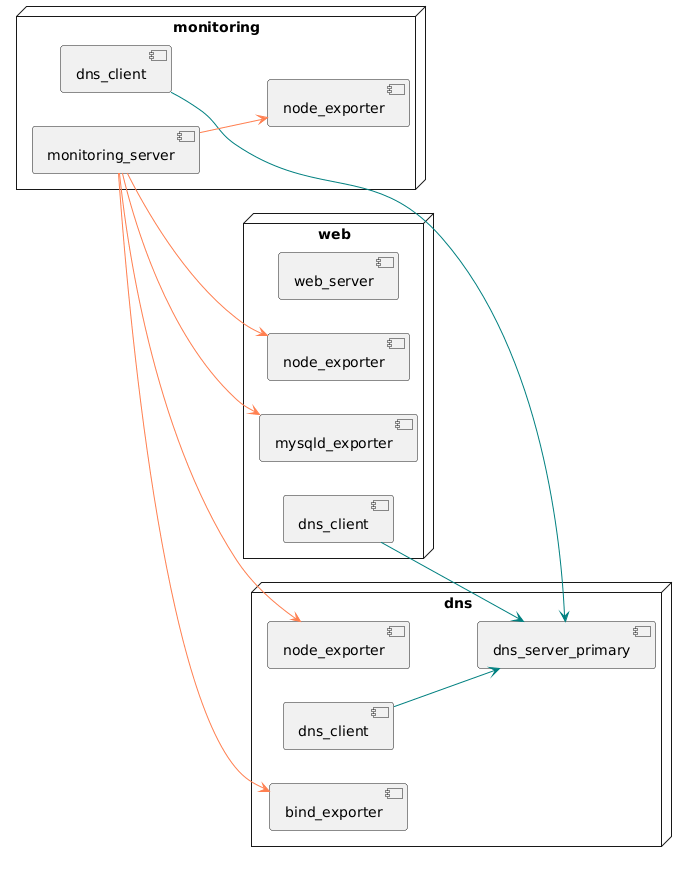
Above: graphics/vb_uml.png in lucasluduenasegre/latex-hogent-bachproef-nl-25-26-luduenasegrelucas (PlantUML), before the change. Its diagram source:
```plantuml
@startuml
set separator .
left to right direction

node web as "web" {
    component dns_client
    component mysqld_exporter
    component node_exporter
    component web_server
}

node dns as "dns" {
    component bind_exporter
    component dns_client
    component dns_server_primary
    component node_exporter
}

node mon as "monitoring" {
    component dns_client
    component monitoring_server
    component node_exporter
}

dns.dns_client -[#teal]-> dns.dns_server_primary

mon.dns_client -[#teal]-> dns.dns_server_primary
mon.monitoring_server -[#coral]-> dns.bind_exporter
mon.monitoring_server -[#coral]-> dns.node_exporter
mon.monitoring_server -[#coral]-> mon.node_exporter
mon.monitoring_server -[#coral]-> web.mysqld_exporter
mon.monitoring_server -[#coral]-> web.node_exporter

web.dns_client -[#teal]-> dns.dns_server_primary
@enduml
```
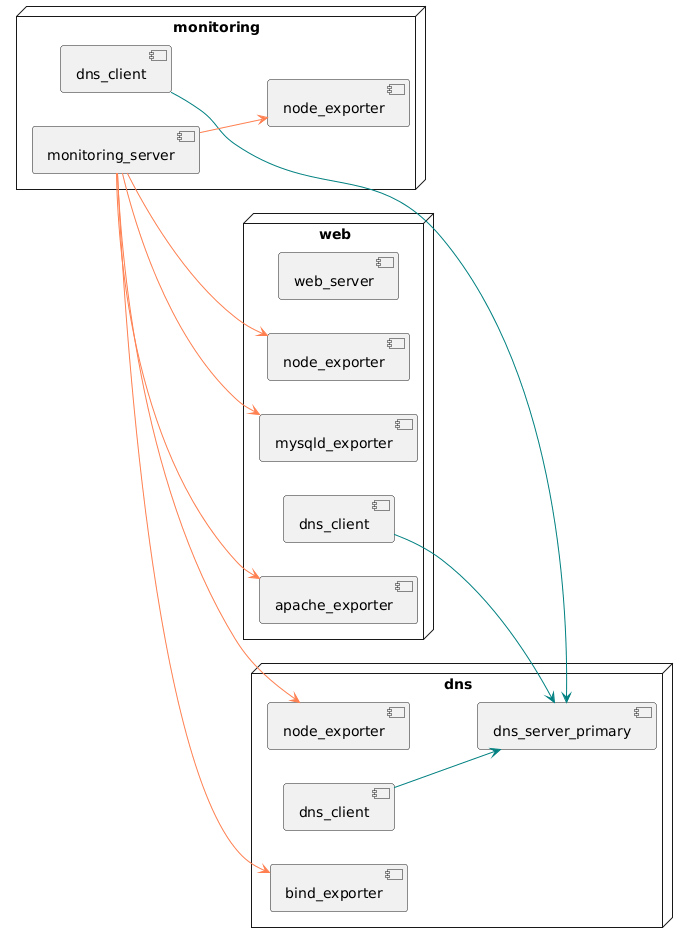
After the commit.

What changed in the source:
```diff
@@ -2,14 +2,15 @@
 set separator .
 left to right direction
 
-node web as "web" {
+node web {
+    component apache_exporter
     component dns_client
     component mysqld_exporter
     component node_exporter
     component web_server
 }
 
-node dns as "dns" {
+node dns {
     component bind_exporter
     component dns_client
     component dns_server_primary
@@ -28,6 +29,7 @@
 mon.monitoring_server -[#coral]-> dns.bind_exporter
 mon.monitoring_server -[#coral]-> dns.node_exporter
 mon.monitoring_server -[#coral]-> mon.node_exporter
+mon.monitoring_server -[#coral]-> web.apache_exporter
 mon.monitoring_server -[#coral]-> web.mysqld_exporter
 mon.monitoring_server -[#coral]-> web.node_exporter
 
```
